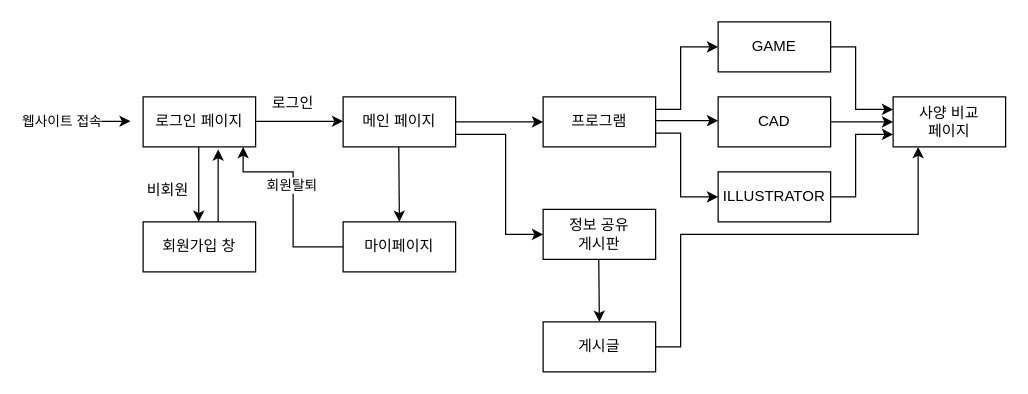
Before: FLOW DIAGRAM.drawio in MyHighIsEpik/project-cpp, a draw.io diagram. Source tidied: cells renumbered, new cells numbered last; positions are measured from the earlier drawing's top-left corner, leaving out a move shared by most shapes. Both pictures are drawn from the tidied source at 125%, with x=0, y=0 at pixel (30, 21).
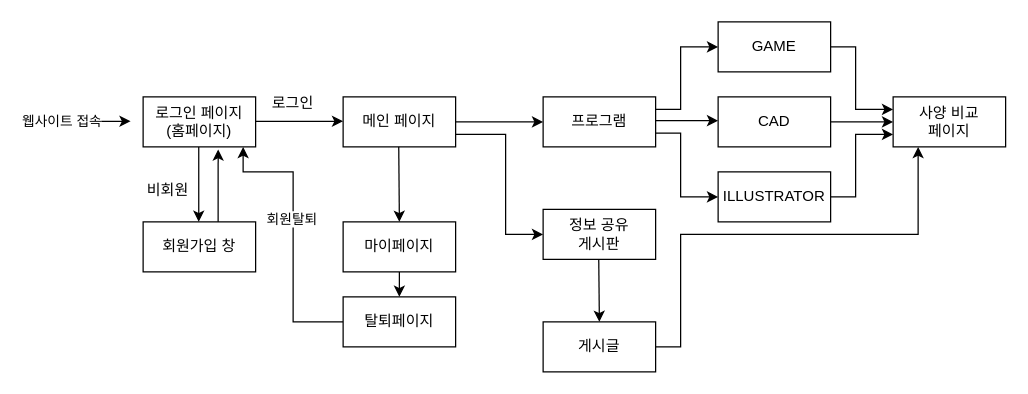
Above is the later version.

Unchanged cells that the change refers to:
```xml
<mxCell id="16" value="마이페이지" style="rounded=0;whiteSpace=wrap;html=1;" parent="1" vertex="1">
  <mxGeometry x="250" y="160" width="90" height="40" as="geometry" />
</mxCell>
```

Diff of the diagram source:
```diff
@@
-    <mxCell id="2" value="로그인 페이지" style="rounded=0;whiteSpace=wrap;html=1;" parent="1" vertex="1">
+    <mxCell id="2" value="로그인 페이지&lt;br&gt;(홈페이지)" style="rounded=0;whiteSpace=wrap;html=1;" parent="1" vertex="1">
       <mxGeometry x="90" y="60" width="90" height="40" as="geometry" />
     </mxCell>
@@
-    <mxCell id="31" style="endArrow=classic;html=1;rounded=0;exitX=0;exitY=0.5;exitDx=0;exitDy=0;" parent="1" edge="1" source="16">
+    <mxCell id="31" style="endArrow=classic;html=1;rounded=0;exitX=0;exitY=0.5;exitDx=0;exitDy=0;" parent="1" edge="1" source="33">
       <mxGeometry relative="1" as="geometry">
         <mxPoint x="170" y="100" as="targetPoint" />
         <Array as="points">
-          <mxPoint x="210" y="180" />
+          <mxPoint x="210" y="240" />
           <mxPoint x="210" y="120" />
           <mxPoint x="170" y="120" />
         </Array>
       </mxGeometry>
     </mxCell>
@@
+    <mxCell id="33" value="탈퇴페이지" style="rounded=0;whiteSpace=wrap;html=1;" parent="1" vertex="1">
+      <mxGeometry x="250" y="220" width="90" height="40" as="geometry" />
+    </mxCell>
+    <mxCell id="34" style="endArrow=classic;html=1;rounded=0;exitX=0.5;exitY=1;exitDx=0;exitDy=0;entryX=0.5;entryY=0;entryDx=0;entryDy=0;" parent="1" edge="1" source="16" target="33">
+      <mxGeometry relative="1" as="geometry" />
+    </mxCell>
```
